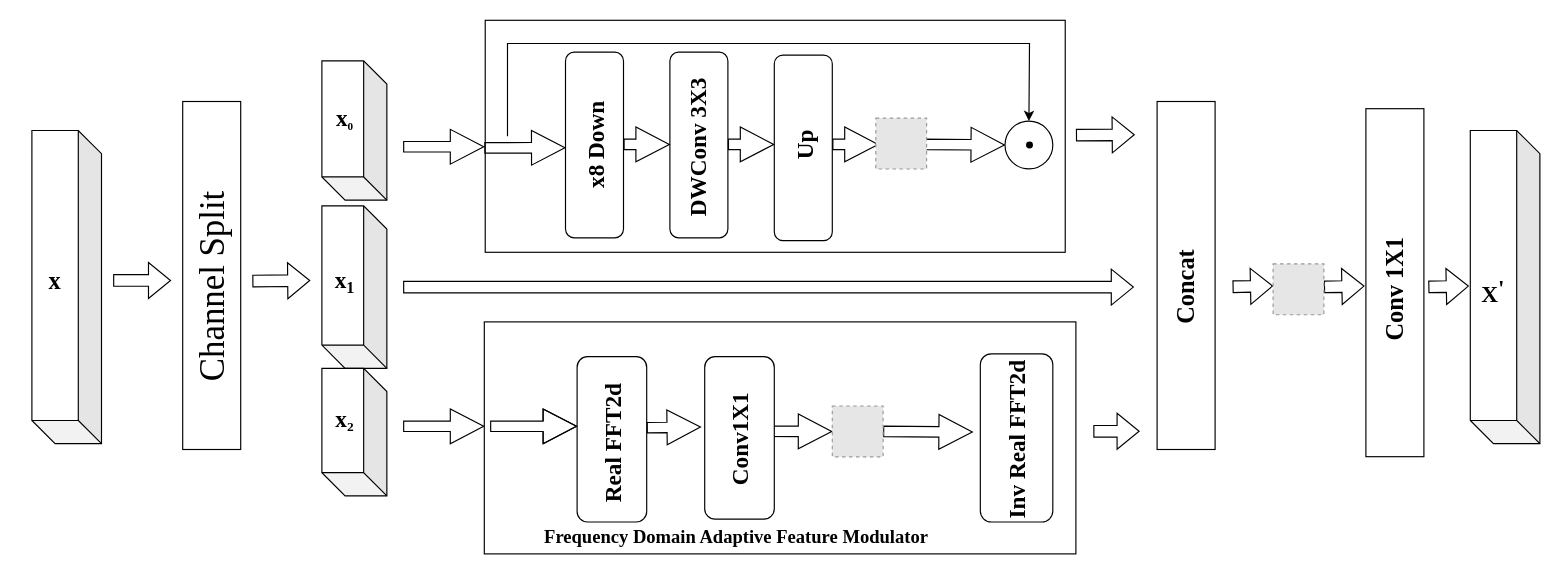
gao131/nlp-beginner keeps this draw.io diagram as 双域特征混合.drawio. Above is the earlier version. Source tidied: cells renumbered, new cells numbered last; positions are measured from the earlier drawing's top-left corner, leaving out a move shared by most shapes. Both pictures are drawn from the tidied source at 116%, with x=0, y=0 at pixel (-13, 20). Pictures stored in the file or linked from it are replaced by grey dashed boxes.
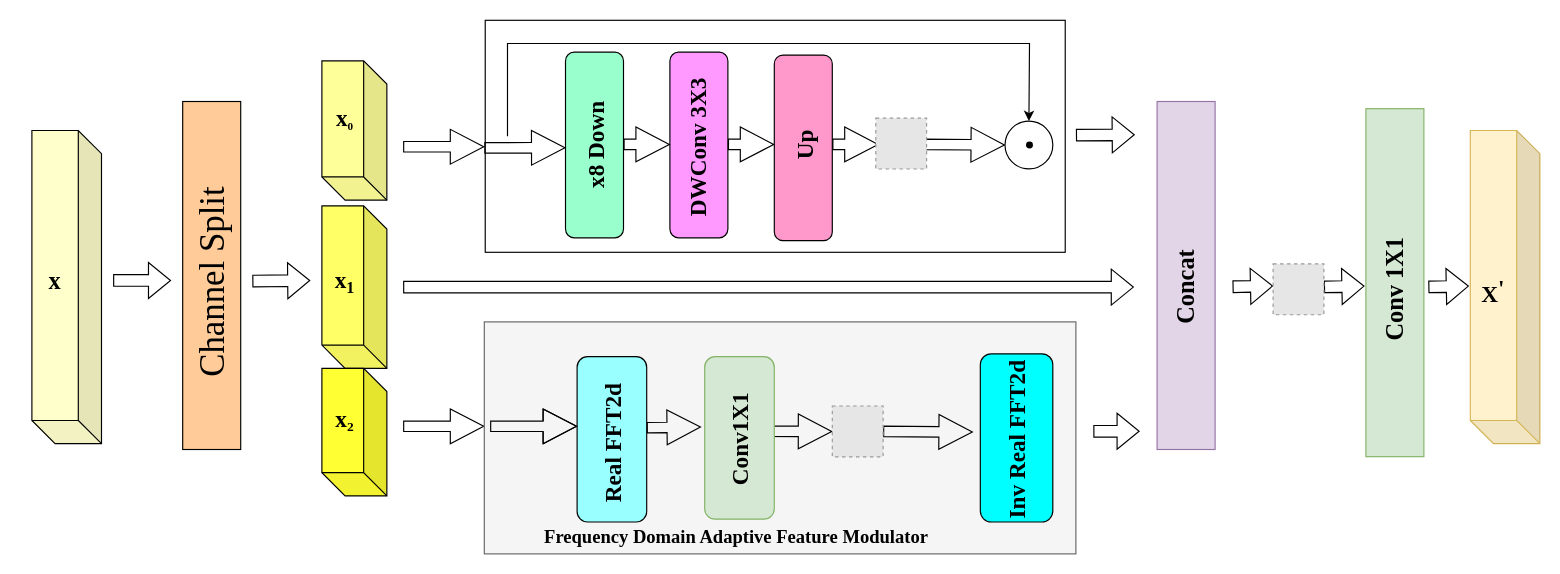
The same page after the edit.

Commit message:
更新双域特征混合.drawio

Diff of the diagram source:
```diff
@@
-    <mxCell id="3" style="shape=cube;whiteSpace=wrap;html=1;boundedLbl=1;backgroundOutline=1;darkOpacity=0.05;darkOpacity2=0.1;rotation=-180;" parent="1" vertex="1">
+    <mxCell id="3" style="shape=cube;whiteSpace=wrap;html=1;boundedLbl=1;backgroundOutline=1;darkOpacity=0.05;darkOpacity2=0.1;rotation=-180;fillColor=#FFFFCC;" parent="1" vertex="1">
       <mxGeometry x="38" y="95" width="60" height="270" as="geometry" />
     </mxCell>
@@
-    <mxCell id="5" style="rounded=0;whiteSpace=wrap;html=1;" parent="1" vertex="1">
+    <mxCell id="5" style="rounded=0;whiteSpace=wrap;html=1;fillColor=#FFCC99;" parent="1" vertex="1">
       <mxGeometry x="168" y="70" width="50" height="300" as="geometry" />
     </mxCell>
     <mxCell id="6" value="&lt;font style=&quot;font-size: 30px;&quot; face=&quot;Times New Roman&quot;&gt;Channel Split&lt;/font&gt;" style="text;html=1;align=center;verticalAlign=middle;whiteSpace=wrap;rounded=0;rotation=-90;" parent="1" vertex="1">
-      <mxGeometry x="0.5" y="195" width="385" height="70" as="geometry" />
+      <mxGeometry x="0.5" y="191.2" width="385" height="70" as="geometry" />
     </mxCell>
-    <mxCell id="7" style="shape=cube;whiteSpace=wrap;html=1;boundedLbl=1;backgroundOutline=1;darkOpacity=0.05;darkOpacity2=0.1;rotation=-180;" parent="1" vertex="1">
+    <mxCell id="7" style="shape=cube;whiteSpace=wrap;html=1;boundedLbl=1;backgroundOutline=1;darkOpacity=0.05;darkOpacity2=0.1;rotation=-180;fillColor=#FFFF66;" parent="1" vertex="1">
       <mxGeometry x="288" y="160" width="56" height="140" as="geometry" />
     </mxCell>
-    <mxCell id="8" style="shape=cube;whiteSpace=wrap;html=1;boundedLbl=1;backgroundOutline=1;darkOpacity=0.05;darkOpacity2=0.1;rotation=-180;" parent="1" vertex="1">
+    <mxCell id="8" style="shape=cube;whiteSpace=wrap;html=1;boundedLbl=1;backgroundOutline=1;darkOpacity=0.05;darkOpacity2=0.1;rotation=-180;fillColor=#FFFF33;" parent="1" vertex="1">
       <mxGeometry x="288" y="300" width="56" height="110" as="geometry" />
     </mxCell>
@@
-    <mxCell id="14" style="rounded=0;whiteSpace=wrap;html=1;" parent="1" vertex="1">
+    <mxCell id="14" style="rounded=0;whiteSpace=wrap;html=1;fillColor=#f5f5f5;fontColor=#333333;strokeColor=#666666;" parent="1" vertex="1">
       <mxGeometry x="428" y="260" width="510" height="200" as="geometry" />
     </mxCell>
@@
-    <mxCell id="20" style="rounded=0;whiteSpace=wrap;html=1;" parent="1" vertex="1">
+    <mxCell id="20" style="rounded=0;whiteSpace=wrap;html=1;fillColor=#e1d5e7;strokeColor=#9673a6;" parent="1" vertex="1">
       <mxGeometry x="1008" y="70" width="50" height="300" as="geometry" />
     </mxCell>
@@
-    <mxCell id="22" style="shape=cube;whiteSpace=wrap;html=1;boundedLbl=1;backgroundOutline=1;darkOpacity=0.05;darkOpacity2=0.1;rotation=-180;" parent="1" vertex="1">
+    <mxCell id="22" style="shape=cube;whiteSpace=wrap;html=1;boundedLbl=1;backgroundOutline=1;darkOpacity=0.05;darkOpacity2=0.1;rotation=-180;fillColor=#fff2cc;strokeColor=#d6b656;" parent="1" vertex="1">
       <mxGeometry x="1278" y="95" width="60" height="270" as="geometry" />
     </mxCell>
@@
-    <mxCell id="25" style="rounded=1;whiteSpace=wrap;html=1;" parent="1" vertex="1">
+    <mxCell id="25" style="rounded=1;whiteSpace=wrap;html=1;fillColor=#00FFFF;" parent="1" vertex="1">
       <mxGeometry x="855.6" y="287.5" width="62.5" height="145" as="geometry" />
     </mxCell>
-    <mxCell id="26" style="rounded=1;whiteSpace=wrap;html=1;" parent="1" vertex="1">
+    <mxCell id="26" style="rounded=1;whiteSpace=wrap;html=1;fillColor=#99FFFF;" parent="1" vertex="1">
       <mxGeometry x="508" y="290" width="60" height="142.5" as="geometry" />
     </mxCell>
@@
-    <mxCell id="28" style="rounded=1;whiteSpace=wrap;html=1;" parent="1" vertex="1">
+    <mxCell id="28" style="rounded=1;whiteSpace=wrap;html=1;fillColor=#d5e8d4;strokeColor=#82b366;" parent="1" vertex="1">
       <mxGeometry x="618" y="290" width="60" height="140" as="geometry" />
     </mxCell>
@@
-    <mxCell id="31" style="shape=cube;whiteSpace=wrap;html=1;boundedLbl=1;backgroundOutline=1;darkOpacity=0.05;darkOpacity2=0.1;rotation=-180;" parent="1" vertex="1">
+    <mxCell id="31" style="shape=cube;whiteSpace=wrap;html=1;boundedLbl=1;backgroundOutline=1;darkOpacity=0.05;darkOpacity2=0.1;rotation=-180;fillColor=#FFFF99;" parent="1" vertex="1">
       <mxGeometry x="288" y="35" width="56" height="120" as="geometry" />
     </mxCell>
@@
-    <mxCell id="35" style="rounded=1;whiteSpace=wrap;html=1;" parent="1" vertex="1">
+    <mxCell id="35" style="rounded=1;whiteSpace=wrap;html=1;fillColor=#99FFCC;" parent="1" vertex="1">
       <mxGeometry x="498" y="27.5" width="50" height="160" as="geometry" />
     </mxCell>
@@
-    <mxCell id="37" style="rounded=1;whiteSpace=wrap;html=1;" parent="1" vertex="1">
+    <mxCell id="37" style="rounded=1;whiteSpace=wrap;html=1;fillColor=#FF99FF;" parent="1" vertex="1">
       <mxGeometry x="588" y="27.5" width="50" height="160" as="geometry" />
     </mxCell>
@@
-    <mxCell id="41" style="rounded=1;whiteSpace=wrap;html=1;" parent="1" vertex="1">
+    <mxCell id="41" style="rounded=1;whiteSpace=wrap;html=1;fillColor=#FF99CC;" parent="1" vertex="1">
       <mxGeometry x="678" y="30" width="50" height="160" as="geometry" />
     </mxCell>
@@
-    <mxCell id="50" style="rounded=0;whiteSpace=wrap;html=1;" parent="1" vertex="1">
+    <mxCell id="50" style="rounded=0;whiteSpace=wrap;html=1;fillColor=#d5e8d4;strokeColor=#82b366;" parent="1" vertex="1">
       <mxGeometry x="1188" y="76.2" width="50" height="300" as="geometry" />
     </mxCell>
```
